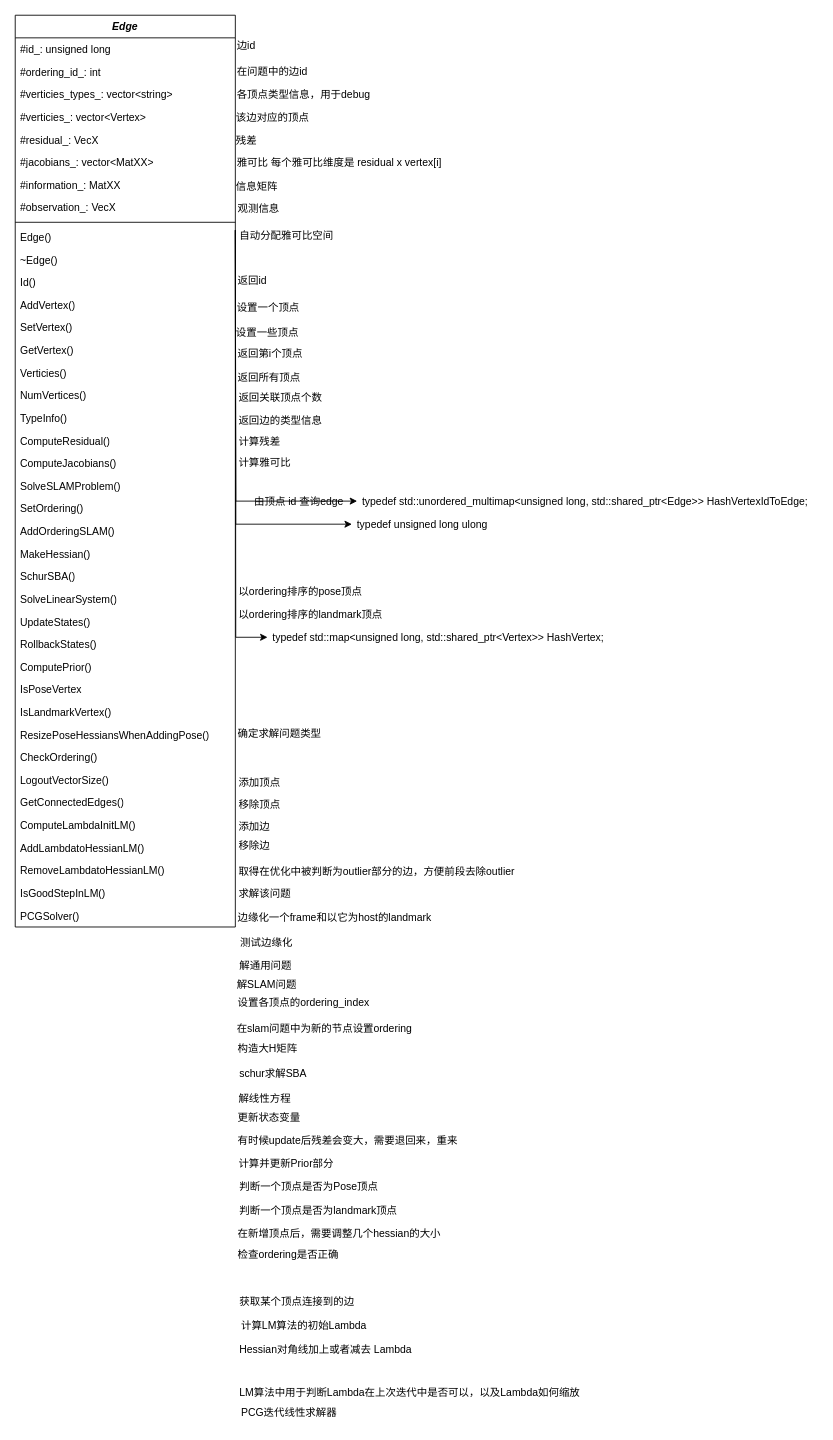
Earlier version of the draw.io diagram edge.drawio (liu-moon/img). Source tidied: cells renumbered, new cells numbered last; positions are measured from the earlier drawing's top-left corner, leaving out a move shared by most shapes. Both pictures are drawn from the tidied source at 87%, with x=0, y=0 at pixel (15, 15).
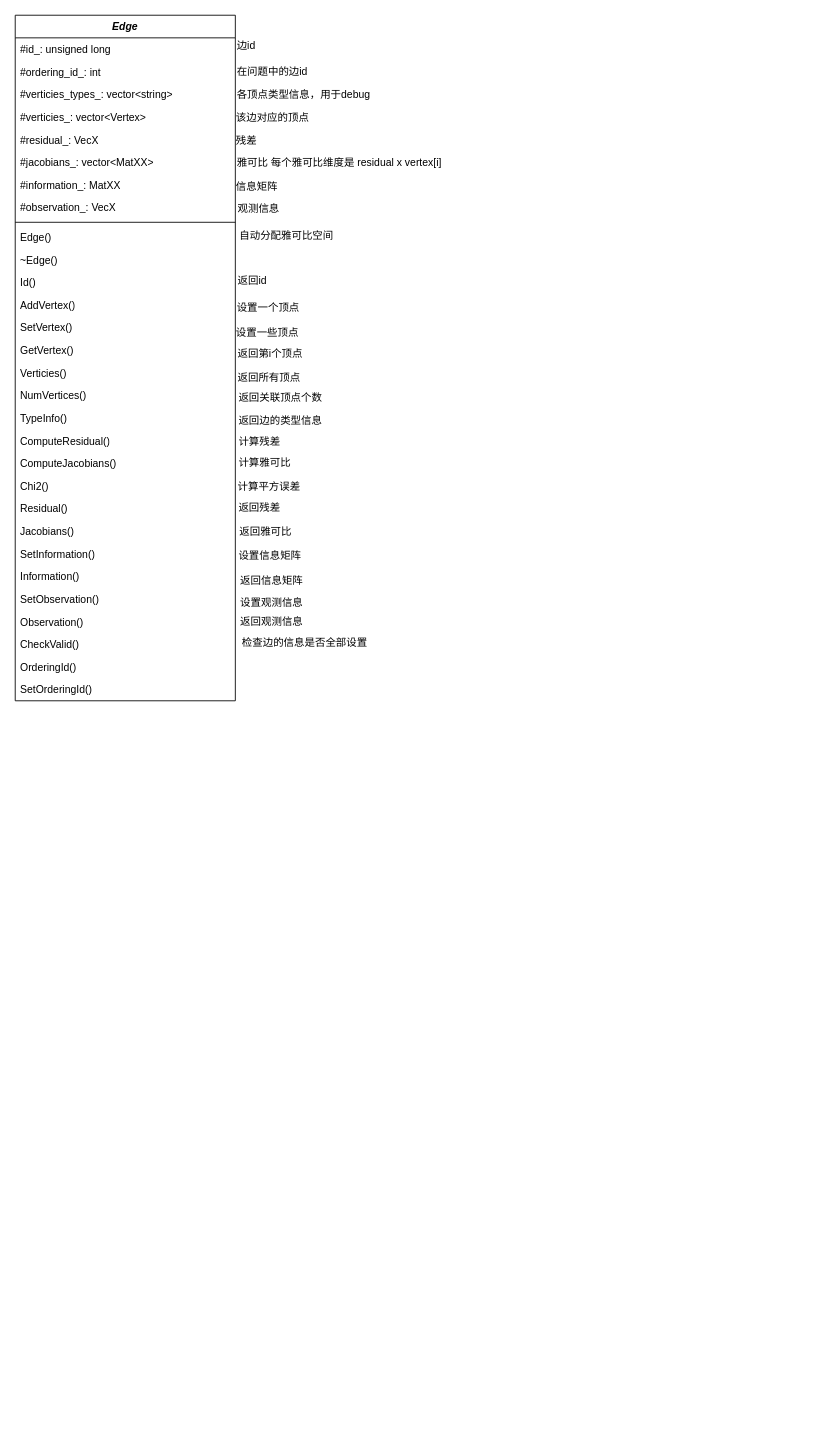
After the change.

Change to the diagram source:
```diff
@@
     <mxCell id="2" value="&lt;i&gt;Edge&lt;/i&gt;" style="swimlane;fontStyle=1;align=center;verticalAlign=top;horizontal=1;startSize=26;whiteSpace=wrap;html=1;" parent="1" vertex="1">
-      <mxGeometry width="253" height="1048" as="geometry" />
+      <mxGeometry width="253" height="788" as="geometry" />
     </mxCell>
@@
-    <mxCell id="23" value="SolveSLAMProblem()" style="text;strokeColor=none;fillColor=none;align=left;verticalAlign=top;spacingLeft=4;spacingRight=4;overflow=hidden;whiteSpace=wrap;html=1;" parent="2" vertex="1">
+    <mxCell id="23" value="Chi2()" style="text;strokeColor=none;fillColor=none;align=left;verticalAlign=top;spacingLeft=4;spacingRight=4;overflow=hidden;whiteSpace=wrap;html=1;" parent="2" vertex="1">
       <mxGeometry y="528" width="253" height="26" as="geometry" />
     </mxCell>
-    <mxCell id="24" value="SetOrdering()" style="text;strokeColor=none;fillColor=none;align=left;verticalAlign=top;spacingLeft=4;spacingRight=4;overflow=hidden;whiteSpace=wrap;html=1;" parent="2" vertex="1">
+    <mxCell id="24" value="Residual()" style="text;strokeColor=none;fillColor=none;align=left;verticalAlign=top;spacingLeft=4;spacingRight=4;overflow=hidden;whiteSpace=wrap;html=1;" parent="2" vertex="1">
       <mxGeometry y="554" width="253" height="26" as="geometry" />
     </mxCell>
-    <mxCell id="25" value="AddOrderingSLAM()" style="text;strokeColor=none;fillColor=none;align=left;verticalAlign=top;spacingLeft=4;spacingRight=4;overflow=hidden;whiteSpace=wrap;html=1;" parent="2" vertex="1">
+    <mxCell id="25" value="Jacobians()" style="text;strokeColor=none;fillColor=none;align=left;verticalAlign=top;spacingLeft=4;spacingRight=4;overflow=hidden;whiteSpace=wrap;html=1;" parent="2" vertex="1">
       <mxGeometry y="580" width="253" height="26" as="geometry" />
     </mxCell>
-    <mxCell id="26" value="MakeHessian()" style="text;strokeColor=none;fillColor=none;align=left;verticalAlign=top;spacingLeft=4;spacingRight=4;overflow=hidden;whiteSpace=wrap;html=1;" parent="2" vertex="1">
+    <mxCell id="26" value="SetInformation()" style="text;strokeColor=none;fillColor=none;align=left;verticalAlign=top;spacingLeft=4;spacingRight=4;overflow=hidden;whiteSpace=wrap;html=1;" parent="2" vertex="1">
       <mxGeometry y="606" width="253" height="26" as="geometry" />
     </mxCell>
-    <mxCell id="27" value="SchurSBA()" style="text;strokeColor=none;fillColor=none;align=left;verticalAlign=top;spacingLeft=4;spacingRight=4;overflow=hidden;whiteSpace=wrap;html=1;" parent="2" vertex="1">
+    <mxCell id="27" value="Information()" style="text;strokeColor=none;fillColor=none;align=left;verticalAlign=top;spacingLeft=4;spacingRight=4;overflow=hidden;whiteSpace=wrap;html=1;" parent="2" vertex="1">
       <mxGeometry y="632" width="253" height="26" as="geometry" />
     </mxCell>
-    <mxCell id="28" value="SolveLinearSystem()" style="text;strokeColor=none;fillColor=none;align=left;verticalAlign=top;spacingLeft=4;spacingRight=4;overflow=hidden;whiteSpace=wrap;html=1;" parent="2" vertex="1">
+    <mxCell id="28" value="SetObservation()" style="text;strokeColor=none;fillColor=none;align=left;verticalAlign=top;spacingLeft=4;spacingRight=4;overflow=hidden;whiteSpace=wrap;html=1;" parent="2" vertex="1">
       <mxGeometry y="658" width="253" height="26" as="geometry" />
     </mxCell>
-    <mxCell id="29" value="UpdateStates()" style="text;strokeColor=none;fillColor=none;align=left;verticalAlign=top;spacingLeft=4;spacingRight=4;overflow=hidden;whiteSpace=wrap;html=1;" parent="2" vertex="1">
+    <mxCell id="29" value="Observation()" style="text;strokeColor=none;fillColor=none;align=left;verticalAlign=top;spacingLeft=4;spacingRight=4;overflow=hidden;whiteSpace=wrap;html=1;" parent="2" vertex="1">
       <mxGeometry y="684" width="253" height="26" as="geometry" />
     </mxCell>
-    <mxCell id="30" value="RollbackStates()" style="text;strokeColor=none;fillColor=none;align=left;verticalAlign=top;spacingLeft=4;spacingRight=4;overflow=hidden;whiteSpace=wrap;html=1;" parent="2" vertex="1">
+    <mxCell id="30" value="CheckValid()" style="text;strokeColor=none;fillColor=none;align=left;verticalAlign=top;spacingLeft=4;spacingRight=4;overflow=hidden;whiteSpace=wrap;html=1;" parent="2" vertex="1">
       <mxGeometry y="710" width="253" height="26" as="geometry" />
     </mxCell>
-    <mxCell id="31" value="ComputePrior()" style="text;strokeColor=none;fillColor=none;align=left;verticalAlign=top;spacingLeft=4;spacingRight=4;overflow=hidden;whiteSpace=wrap;html=1;" parent="2" vertex="1">
+    <mxCell id="31" value="OrderingId()" style="text;strokeColor=none;fillColor=none;align=left;verticalAlign=top;spacingLeft=4;spacingRight=4;overflow=hidden;whiteSpace=wrap;html=1;" parent="2" vertex="1">
       <mxGeometry y="736" width="253" height="26" as="geometry" />
     </mxCell>
-    <mxCell id="32" value="IsPoseVertex" style="text;strokeColor=none;fillColor=none;align=left;verticalAlign=top;spacingLeft=4;spacingRight=4;overflow=hidden;whiteSpace=wrap;html=1;" parent="2" vertex="1">
+    <mxCell id="32" value="SetOrderingId()" style="text;strokeColor=none;fillColor=none;align=left;verticalAlign=top;spacingLeft=4;spacingRight=4;overflow=hidden;whiteSpace=wrap;html=1;" parent="2" vertex="1">
       <mxGeometry y="762" width="253" height="26" as="geometry" />
     </mxCell>
-    <mxCell id="33" value="IsLandmarkVertex()" style="text;strokeColor=none;fillColor=none;align=left;verticalAlign=top;spacingLeft=4;spacingRight=4;overflow=hidden;whiteSpace=wrap;html=1;" parent="2" vertex="1">
-      <mxGeometry y="788" width="253" height="26" as="geometry" />
-    </mxCell>
-    <mxCell id="34" value="ResizePoseHessiansWhenAddingPose()" style="text;strokeColor=none;fillColor=none;align=left;verticalAlign=top;spacingLeft=4;spacingRight=4;overflow=hidden;whiteSpace=wrap;html=1;" parent="2" vertex="1">
-      <mxGeometry y="814" width="253" height="26" as="geometry" />
-    </mxCell>
-    <mxCell id="35" value="CheckOrdering()" style="text;strokeColor=none;fillColor=none;align=left;verticalAlign=top;spacingLeft=4;spacingRight=4;overflow=hidden;whiteSpace=wrap;html=1;" parent="2" vertex="1">
-      <mxGeometry y="840" width="253" height="26" as="geometry" />
-    </mxCell>
-    <mxCell id="36" value="LogoutVectorSize()" style="text;strokeColor=none;fillColor=none;align=left;verticalAlign=top;spacingLeft=4;spacingRight=4;overflow=hidden;whiteSpace=wrap;html=1;" parent="2" vertex="1">
-      <mxGeometry y="866" width="253" height="26" as="geometry" />
-    </mxCell>
-    <mxCell id="37" value="GetConnectedEdges()" style="text;strokeColor=none;fillColor=none;align=left;verticalAlign=top;spacingLeft=4;spacingRight=4;overflow=hidden;whiteSpace=wrap;html=1;" parent="2" vertex="1">
-      <mxGeometry y="892" width="253" height="26" as="geometry" />
-    </mxCell>
-    <mxCell id="38" value="ComputeLambdaInitLM()" style="text;strokeColor=none;fillColor=none;align=left;verticalAlign=top;spacingLeft=4;spacingRight=4;overflow=hidden;whiteSpace=wrap;html=1;" parent="2" vertex="1">
-      <mxGeometry y="918" width="253" height="26" as="geometry" />
-    </mxCell>
-    <mxCell id="39" value="AddLambdatoHessianLM()" style="text;strokeColor=none;fillColor=none;align=left;verticalAlign=top;spacingLeft=4;spacingRight=4;overflow=hidden;whiteSpace=wrap;html=1;" parent="2" vertex="1">
-      <mxGeometry y="944" width="253" height="26" as="geometry" />
-    </mxCell>
-    <mxCell id="40" value="RemoveLambdatoHessianLM()" style="text;strokeColor=none;fillColor=none;align=left;verticalAlign=top;spacingLeft=4;spacingRight=4;overflow=hidden;whiteSpace=wrap;html=1;" parent="2" vertex="1">
-      <mxGeometry y="970" width="253" height="26" as="geometry" />
-    </mxCell>
-    <mxCell id="41" value="IsGoodStepInLM()" style="text;strokeColor=none;fillColor=none;align=left;verticalAlign=top;spacingLeft=4;spacingRight=4;overflow=hidden;whiteSpace=wrap;html=1;" parent="2" vertex="1">
-      <mxGeometry y="996" width="253" height="26" as="geometry" />
-    </mxCell>
-    <mxCell id="42" value="PCGSolver()" style="text;strokeColor=none;fillColor=none;align=left;verticalAlign=top;spacingLeft=4;spacingRight=4;overflow=hidden;whiteSpace=wrap;html=1;" parent="2" vertex="1">
-      <mxGeometry y="1022" width="253" height="26" as="geometry" />
-    </mxCell>
@@
-    <mxCell id="50" value="由顶点 id 查询edge" style="text;html=1;align=left;verticalAlign=middle;strokeColor=none;fillColor=none;" parent="1" vertex="1">
-      <mxGeometry x="273" y="545" width="122" height="27" as="geometry" />
-    </mxCell>
-    <mxCell id="51" value="以ordering排序的pose顶点" style="text;html=1;align=left;verticalAlign=middle;strokeColor=none;fillColor=none;" parent="1" vertex="1">
-      <mxGeometry x="255" y="649" width="161" height="27" as="geometry" />
-    </mxCell>
-    <mxCell id="52" value="以ordering排序的landmark顶点" style="text;html=1;align=left;verticalAlign=middle;strokeColor=none;fillColor=none;" parent="1" vertex="1">
-      <mxGeometry x="255" y="675" width="184" height="27" as="geometry" />
+    <mxCell id="52" value="返回信息矩阵" style="text;html=1;align=left;verticalAlign=middle;strokeColor=none;fillColor=none;" parent="1" vertex="1">
+      <mxGeometry x="256.5" y="636" width="91" height="27" as="geometry" />
     </mxCell>
-    <mxCell id="53" value="typedef unsigned long ulong" style="text;strokeColor=none;fillColor=none;align=left;verticalAlign=top;spacingLeft=4;spacingRight=4;overflow=hidden;points=[[0,0.5],[1,0.5]];portConstraint=eastwest;whiteSpace=wrap;html=1;" parent="1" vertex="1">
-      <mxGeometry x="387" y="572" width="162" height="26" as="geometry" />
-    </mxCell>
-    <mxCell id="54" value="typedef std::map&amp;lt;unsigned long, std::shared_ptr&amp;lt;Vertex&amp;gt;&amp;gt; HashVertex;" style="text;strokeColor=none;fillColor=none;align=left;verticalAlign=top;spacingLeft=4;spacingRight=4;overflow=hidden;points=[[0,0.5],[1,0.5]];portConstraint=eastwest;whiteSpace=wrap;html=1;" parent="1" vertex="1">
-      <mxGeometry x="290" y="702" width="392" height="26" as="geometry" />
-    </mxCell>
-    <mxCell id="55" style="edgeStyle=orthogonalEdgeStyle;rounded=0;jettySize=auto;html=1;" parent="1" edge="1" target="53">
-      <mxGeometry relative="1" as="geometry">
-        <mxPoint x="253" y="247" as="sourcePoint" />
-      </mxGeometry>
-    </mxCell>
-    <mxCell id="56" style="edgeStyle=orthogonalEdgeStyle;rounded=0;jettySize=auto;html=1;" parent="1" edge="1" target="54">
-      <mxGeometry relative="1" as="geometry">
-        <mxPoint x="253" y="247" as="sourcePoint" />
-      </mxGeometry>
-    </mxCell>
-    <mxCell id="57" value="typedef std::unordered_multimap&amp;lt;unsigned long, std::shared_ptr&amp;lt;Edge&amp;gt;&amp;gt; HashVertexIdToEdge;" style="text;strokeColor=none;fillColor=none;align=left;verticalAlign=top;spacingLeft=4;spacingRight=4;overflow=hidden;points=[[0,0.5],[1,0.5]];portConstraint=eastwest;whiteSpace=wrap;html=1;" parent="1" vertex="1">
-      <mxGeometry x="393" y="545.5" width="530" height="26" as="geometry" />
-    </mxCell>
-    <mxCell id="58" style="edgeStyle=orthogonalEdgeStyle;rounded=0;jettySize=auto;html=1;" parent="1" edge="1" target="57">
-      <mxGeometry relative="1" as="geometry">
-        <mxPoint x="253" y="247" as="sourcePoint" />
-      </mxGeometry>
-    </mxCell>
-    <mxCell id="59" value="确定求解问题类型" style="text;html=1;align=left;verticalAlign=middle;strokeColor=none;fillColor=none;" parent="1" vertex="1">
-      <mxGeometry x="253.5" y="812" width="115" height="27" as="geometry" />
+    <mxCell id="59" value="检查边的信息是否全部设置" style="text;html=1;align=left;verticalAlign=middle;strokeColor=none;fillColor=none;" parent="1" vertex="1">
+      <mxGeometry x="259" y="708" width="163" height="27" as="geometry" />
     </mxCell>
-    <mxCell id="60" value="添加顶点" style="text;html=1;align=left;verticalAlign=middle;strokeColor=none;fillColor=none;" parent="1" vertex="1">
-      <mxGeometry x="255" y="869" width="67" height="27" as="geometry" />
-    </mxCell>
-    <mxCell id="61" value="移除顶点" style="text;html=1;align=left;verticalAlign=middle;strokeColor=none;fillColor=none;" parent="1" vertex="1">
-      <mxGeometry x="255" y="894" width="67" height="27" as="geometry" />
-    </mxCell>
-    <mxCell id="62" value="添加边" style="text;html=1;align=left;verticalAlign=middle;strokeColor=none;fillColor=none;" parent="1" vertex="1">
-      <mxGeometry x="255" y="919" width="55" height="27" as="geometry" />
-    </mxCell>
-    <mxCell id="63" value="移除边" style="text;html=1;align=left;verticalAlign=middle;strokeColor=none;fillColor=none;" parent="1" vertex="1">
-      <mxGeometry x="255" y="941" width="55" height="27" as="geometry" />
-    </mxCell>
-    <mxCell id="64" value="取得在优化中被判断为outlier部分的边，方便前段去除outlier" style="text;html=1;align=left;verticalAlign=middle;strokeColor=none;fillColor=none;" parent="1" vertex="1">
-      <mxGeometry x="255" y="971" width="336" height="27" as="geometry" />
-    </mxCell>
-    <mxCell id="65" value="求解该问题" style="text;html=1;align=left;verticalAlign=middle;strokeColor=none;fillColor=none;" parent="1" vertex="1">
-      <mxGeometry x="255" y="996" width="79" height="27" as="geometry" />
-    </mxCell>
-    <mxCell id="66" value="边缘化一个frame和以它为host的landmark" style="text;html=1;align=left;verticalAlign=middle;strokeColor=none;fillColor=none;" parent="1" vertex="1">
-      <mxGeometry x="254" y="1024" width="242" height="27" as="geometry" />
-    </mxCell>
-    <mxCell id="67" value="解通用问题" style="text;html=1;align=left;verticalAlign=middle;strokeColor=none;fillColor=none;" parent="1" vertex="1">
-      <mxGeometry x="256" y="1079" width="79" height="27" as="geometry" />
-    </mxCell>
-    <mxCell id="68" value="解SLAM问题" style="text;html=1;align=left;verticalAlign=middle;strokeColor=none;fillColor=none;" parent="1" vertex="1">
-      <mxGeometry x="253" y="1101" width="88" height="27" as="geometry" />
-    </mxCell>
-    <mxCell id="69" value="测试边缘化" style="text;html=1;align=left;verticalAlign=middle;strokeColor=none;fillColor=none;" parent="1" vertex="1">
-      <mxGeometry x="256.5" y="1052" width="79" height="27" as="geometry" />
-    </mxCell>
-    <mxCell id="70" value="设置各顶点的ordering_index" style="text;html=1;align=left;verticalAlign=middle;strokeColor=none;fillColor=none;" parent="1" vertex="1">
-      <mxGeometry x="253.5" y="1121" width="170" height="27" as="geometry" />
-    </mxCell>
-    <mxCell id="71" value="在slam问题中为新的节点设置ordering" style="text;html=1;align=left;verticalAlign=middle;strokeColor=none;fillColor=none;" parent="1" vertex="1">
-      <mxGeometry x="253" y="1151" width="220" height="27" as="geometry" />
-    </mxCell>
-    <mxCell id="72" value="构造大H矩阵" style="text;html=1;align=left;verticalAlign=middle;strokeColor=none;fillColor=none;" parent="1" vertex="1">
-      <mxGeometry x="253.5" y="1174" width="88" height="27" as="geometry" />
-    </mxCell>
-    <mxCell id="73" value="schur求解SBA" style="text;html=1;align=left;verticalAlign=middle;strokeColor=none;fillColor=none;" parent="1" vertex="1">
-      <mxGeometry x="256" y="1203" width="96" height="27" as="geometry" />
-    </mxCell>
-    <mxCell id="74" value="解线性方程" style="text;html=1;align=left;verticalAlign=middle;strokeColor=none;fillColor=none;" parent="1" vertex="1">
-      <mxGeometry x="255" y="1232" width="79" height="27" as="geometry" />
-    </mxCell>
-    <mxCell id="75" value="更新状态变量" style="text;html=1;align=left;verticalAlign=middle;strokeColor=none;fillColor=none;" parent="1" vertex="1">
-      <mxGeometry x="254" y="1253" width="91" height="27" as="geometry" />
-    </mxCell>
-    <mxCell id="76" value="有时候update后残差会变大，需要退回来，重来" style="text;html=1;align=left;verticalAlign=middle;strokeColor=none;fillColor=none;" parent="1" vertex="1">
-      <mxGeometry x="254" y="1280" width="271" height="27" as="geometry" />
-    </mxCell>
-    <mxCell id="77" value="计算并更新Prior部分" style="text;html=1;align=left;verticalAlign=middle;strokeColor=none;fillColor=none;" parent="1" vertex="1">
-      <mxGeometry x="255" y="1306" width="128" height="27" as="geometry" />
-    </mxCell>
-    <mxCell id="78" value="判断一个顶点是否为Pose顶点" style="text;html=1;align=left;verticalAlign=middle;strokeColor=none;fillColor=none;" parent="1" vertex="1">
-      <mxGeometry x="256" y="1333" width="178" height="27" as="geometry" />
-    </mxCell>
-    <mxCell id="79" value="判断一个顶点是否为landmark顶点" style="text;html=1;align=left;verticalAlign=middle;strokeColor=none;fillColor=none;" parent="1" vertex="1">
-      <mxGeometry x="256" y="1360" width="200" height="27" as="geometry" />
-    </mxCell>
-    <mxCell id="80" value="在新增顶点后，需要调整几个hessian的大小" style="text;html=1;align=left;verticalAlign=middle;strokeColor=none;fillColor=none;" parent="1" vertex="1">
-      <mxGeometry x="254" y="1387" width="252" height="27" as="geometry" />
-    </mxCell>
-    <mxCell id="81" value="检查ordering是否正确" style="text;html=1;align=left;verticalAlign=middle;strokeColor=none;fillColor=none;" parent="1" vertex="1">
-      <mxGeometry x="254" y="1411" width="135" height="27" as="geometry" />
-    </mxCell>
-    <mxCell id="82" value="获取某个顶点连接到的边" style="text;html=1;align=left;verticalAlign=middle;strokeColor=none;fillColor=none;" parent="1" vertex="1">
-      <mxGeometry x="255.5" y="1465" width="151" height="27" as="geometry" />
-    </mxCell>
-    <mxCell id="83" value="计算LM算法的初始Lambda" style="text;html=1;align=left;verticalAlign=middle;strokeColor=none;fillColor=none;" parent="1" vertex="1">
-      <mxGeometry x="258" y="1493" width="163" height="27" as="geometry" />
-    </mxCell>
-    <mxCell id="84" value="Hessian对角线加上或者减去 Lambda" style="text;html=1;align=left;verticalAlign=middle;strokeColor=none;fillColor=none;" parent="1" vertex="1">
-      <mxGeometry x="255.5" y="1520" width="217" height="27" as="geometry" />
-    </mxCell>
-    <mxCell id="85" value="LM算法中用于判断Lambda在上次迭代中是否可以，以及Lambda如何缩放" style="text;html=1;align=left;verticalAlign=middle;strokeColor=none;fillColor=none;" parent="1" vertex="1">
-      <mxGeometry x="255.5" y="1570" width="410" height="27" as="geometry" />
-    </mxCell>
-    <mxCell id="86" value="PCG迭代线性求解器" style="text;html=1;align=left;verticalAlign=middle;strokeColor=none;fillColor=none;" parent="1" vertex="1">
-      <mxGeometry x="258" y="1593" width="129" height="27" as="geometry" />
-    </mxCell>
@@
+    <mxCell id="98" value="计算平方误差" style="text;html=1;align=left;verticalAlign=middle;strokeColor=none;fillColor=none;" parent="1" vertex="1">
+      <mxGeometry x="253.5" y="528" width="91" height="27" as="geometry" />
+    </mxCell>
+    <mxCell id="99" value="返回残差" style="text;html=1;align=left;verticalAlign=middle;strokeColor=none;fillColor=none;" parent="1" vertex="1">
+      <mxGeometry x="255" y="552" width="67" height="27" as="geometry" />
+    </mxCell>
+    <mxCell id="100" value="返回雅可比" style="text;html=1;align=left;verticalAlign=middle;strokeColor=none;fillColor=none;" parent="1" vertex="1">
+      <mxGeometry x="255.5" y="580" width="79" height="27" as="geometry" />
+    </mxCell>
+    <mxCell id="101" value="设置信息矩阵" style="text;html=1;align=left;verticalAlign=middle;strokeColor=none;fillColor=none;" parent="1" vertex="1">
+      <mxGeometry x="255" y="607" width="91" height="27" as="geometry" />
+    </mxCell>
+    <mxCell id="102" value="设置观测信息" style="text;html=1;align=left;verticalAlign=middle;strokeColor=none;fillColor=none;" parent="1" vertex="1">
+      <mxGeometry x="256.5" y="661" width="91" height="27" as="geometry" />
+    </mxCell>
+    <mxCell id="103" value="返回观测信息" style="text;html=1;align=left;verticalAlign=middle;strokeColor=none;fillColor=none;" parent="1" vertex="1">
+      <mxGeometry x="257" y="683" width="91" height="27" as="geometry" />
+    </mxCell>
```
